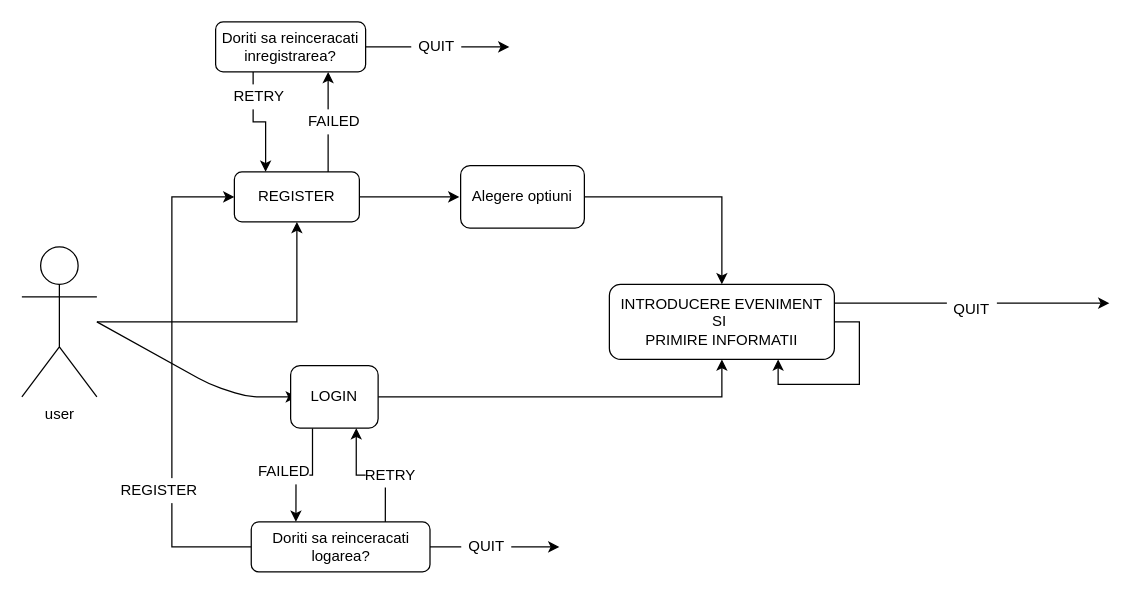
This is documentatie/diagrams/use-case.drawio from alexDamian99/networkProject, a draw.io file, before an edit. Source tidied: cells renumbered, new cells numbered last; positions are measured from the earlier drawing's top-left corner, leaving out a move shared by most shapes. Both pictures are drawn from the tidied source at 125%, with x=0, y=0 at pixel (21, 21).
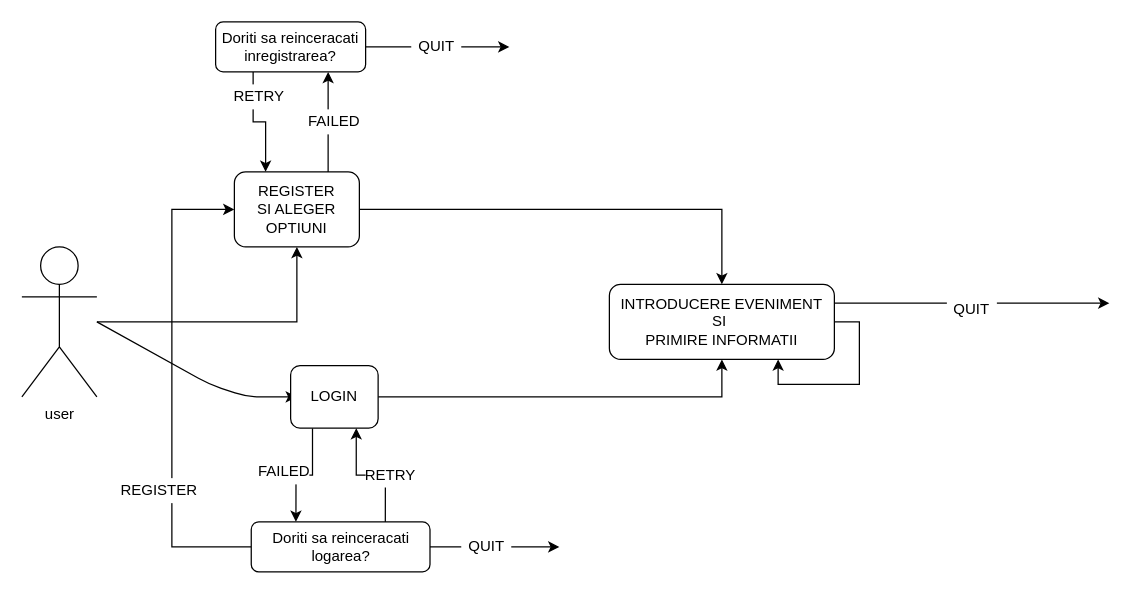
The same diagram, later.

Unchanged cells that the change refers to:
```xml
<mxCell id="14" value="Doriti sa reinceracati logarea?" style="rounded=1;whiteSpace=wrap;html=1;" parent="1" vertex="1">
  <mxGeometry x="183.5" y="400" width="143" height="40" as="geometry" />
</mxCell>
<mxCell id="18" value="INTRODUCERE EVENIMENT SI&amp;nbsp;&lt;br&gt;PRIMIRE INFORMATII" style="rounded=1;whiteSpace=wrap;html=1;" parent="1" vertex="1">
  <mxGeometry x="470" y="210" width="180" height="60" as="geometry" />
</mxCell>
```

What changed in the source:
```diff
@@
-    <mxCell id="5" style="edgeStyle=orthogonalEdgeStyle;rounded=0;jettySize=auto;html=1;exitX=1;exitY=0.5;exitDx=0;exitDy=0;" parent="1" edge="1" source="7">
-      <mxGeometry relative="1" as="geometry">
-        <mxPoint x="350" y="140" as="targetPoint" />
-      </mxGeometry>
-    </mxCell>
@@
+    <mxCell id="31" style="edgeStyle=orthogonalEdgeStyle;rounded=0;jettySize=auto;html=1;exitX=1;exitY=0.5;exitDx=0;exitDy=0;entryX=0.5;entryY=0;entryDx=0;entryDy=0;" parent="1" edge="1" source="7" target="18">
+      <mxGeometry relative="1" as="geometry" />
+    </mxCell>
-    <mxCell id="7" value="REGISTER" style="rounded=1;whiteSpace=wrap;html=1;" parent="1" vertex="1">
-      <mxGeometry x="170" y="120" width="100" height="40" as="geometry" />
+    <mxCell id="7" value="REGISTER&lt;br&gt;SI ALEGER OPTIUNI&lt;br&gt;" style="rounded=1;whiteSpace=wrap;html=1;" parent="1" vertex="1">
+      <mxGeometry x="170" y="120" width="100" height="60" as="geometry" />
     </mxCell>
@@
     <mxCell id="13" style="edgeStyle=orthogonalEdgeStyle;rounded=0;jettySize=auto;html=1;exitX=0;exitY=0.5;exitDx=0;exitDy=0;entryX=0;entryY=0.5;entryDx=0;entryDy=0;" parent="1" edge="1" source="14" target="7">
       <mxGeometry relative="1" as="geometry">
         <Array as="points">
           <mxPoint x="120" y="420" />
-          <mxPoint x="120" y="140" />
+          <mxPoint x="120" y="150" />
         </Array>
       </mxGeometry>
     </mxCell>
@@
-    <mxCell id="15" style="edgeStyle=orthogonalEdgeStyle;rounded=0;jettySize=auto;html=1;exitX=1;exitY=0.5;exitDx=0;exitDy=0;entryX=0.5;entryY=0;entryDx=0;entryDy=0;" parent="1" edge="1" source="16" target="18">
-      <mxGeometry relative="1" as="geometry" />
-    </mxCell>
-    <mxCell id="16" value="&lt;font style=&quot;font-size: 12px&quot;&gt;Alegere optiuni&lt;/font&gt;" style="rounded=1;whiteSpace=wrap;html=1;" parent="1" vertex="1">
-      <mxGeometry x="351" y="115" width="99" height="50" as="geometry" />
-    </mxCell>
```
